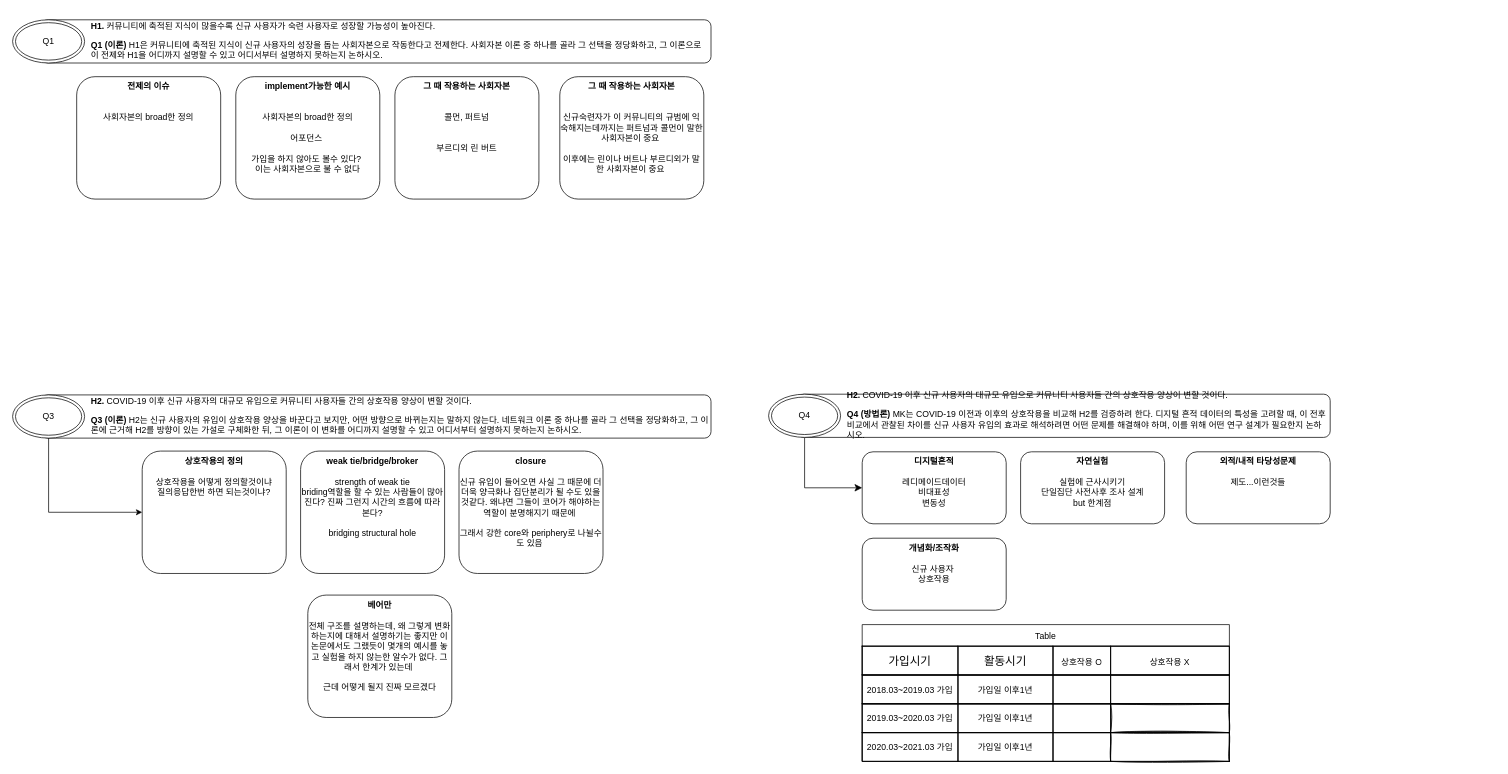
The draw.io diagram Untitled Diagram.drawio in myokyunghan/drawio_for_qual, before the edit. Source tidied: cells renumbered, new cells numbered last; positions are measured from the earlier drawing's top-left corner, leaving out a move shared by most shapes. Both pictures are drawn from the tidied source at 72%, with x=0, y=0 at pixel (12, 19).
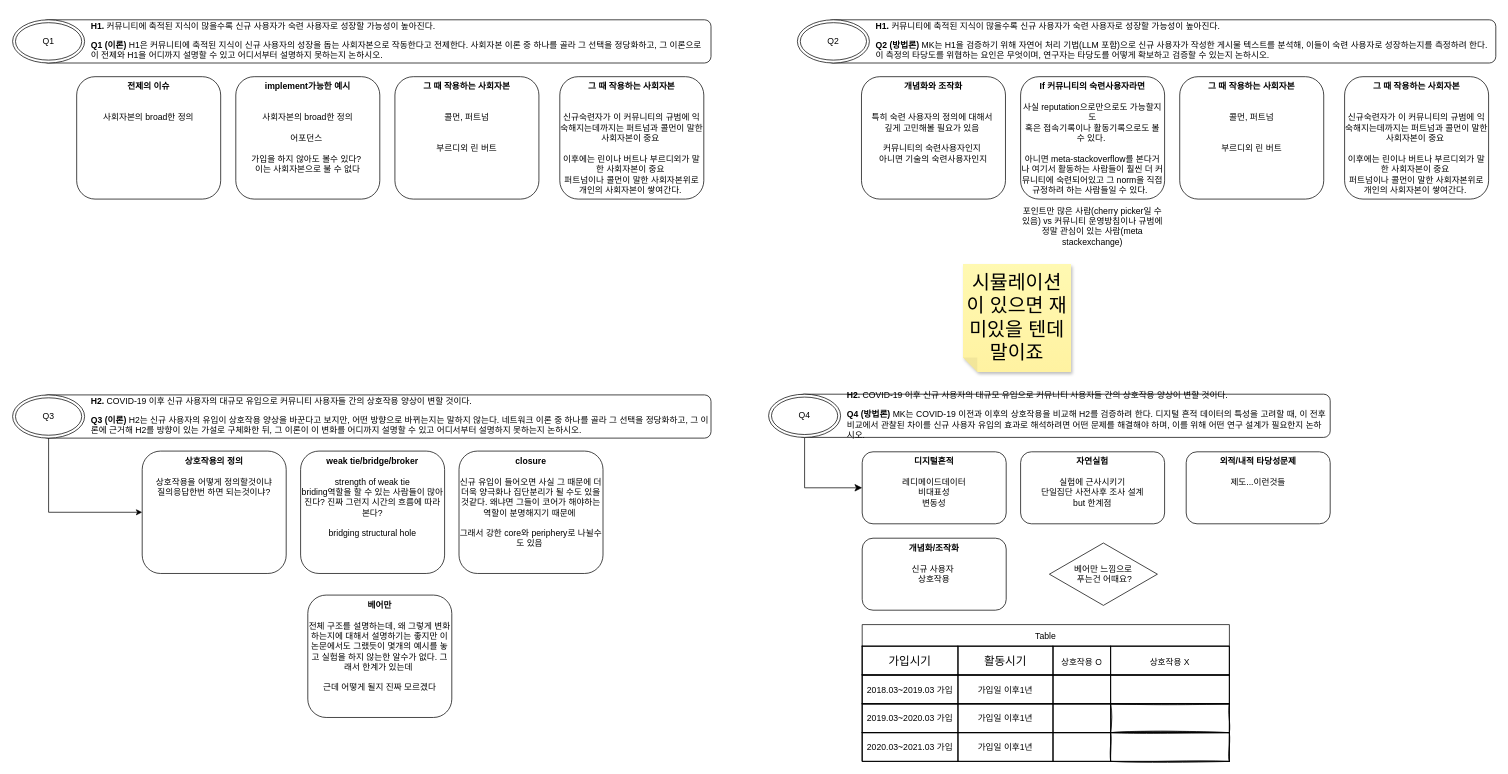
The same diagram, later.

Diff of the diagram source:
```diff
@@
-    <mxCell id="45" value="&lt;b&gt;그 때 작용하는 사회자본&lt;/b&gt;&lt;br&gt;&lt;div&gt;&lt;b&gt;&lt;br&gt;&lt;/b&gt;&lt;/div&gt;&lt;div&gt;&lt;b&gt;&lt;br&gt;&lt;/b&gt;&lt;/div&gt;&lt;div&gt;신규숙련자가 이 커뮤니티의 규범에 익숙해지는데까지는 퍼트넘과 콜먼이 말한 사회자본이 중요&amp;nbsp;&lt;/div&gt;&lt;div&gt;&lt;br&gt;&lt;/div&gt;&lt;div&gt;이후에는 린이나 버트나 부르디외가 말한 사회자본이 중요&amp;nbsp;&lt;/div&gt;" style="rounded=1;whiteSpace=wrap;html=1;roundedPerimeter=1;verticalAlign=top;" parent="1" vertex="1">
+    <mxCell id="45" value="&lt;b&gt;그 때 작용하는 사회자본&lt;/b&gt;&lt;br&gt;&lt;div&gt;&lt;b&gt;&lt;br&gt;&lt;/b&gt;&lt;/div&gt;&lt;div&gt;&lt;b&gt;&lt;br&gt;&lt;/b&gt;&lt;/div&gt;&lt;div&gt;신규숙련자가 이 커뮤니티의 규범에 익숙해지는데까지는 퍼트넘과 콜먼이 말한 사회자본이 중요&amp;nbsp;&lt;/div&gt;&lt;div&gt;&lt;br&gt;&lt;/div&gt;&lt;div&gt;이후에는 린이나 버트나 부르디외가 말한 사회자본이 중요&amp;nbsp;&lt;/div&gt;&lt;div&gt;퍼트넘이나 콜먼이 말한 사회자본위로 개인의 사회자본이 쌓여간다.&amp;nbsp;&lt;/div&gt;" style="rounded=1;whiteSpace=wrap;html=1;roundedPerimeter=1;verticalAlign=top;" parent="1" vertex="1">
       <mxGeometry x="760" y="80" width="200" height="170" as="geometry" />
     </mxCell>
+    <mxCell id="46" value="&lt;div&gt;&lt;br&gt;&lt;/div&gt;" style="rounded=1;whiteSpace=wrap;html=1;roundedPerimeter=1;" parent="1" vertex="1">
+      <mxGeometry x="1130" y="1" width="930" height="60" as="geometry" />
+    </mxCell>
+    <mxCell id="47" value="Q2" style="ellipse;shape=doubleEllipse;whiteSpace=wrap;html=1;" parent="1" vertex="1">
+      <mxGeometry x="1090" y="1" width="100" height="60" as="geometry" />
+    </mxCell>
+    <mxCell id="48" value="&lt;p&gt;&lt;strong&gt;H1.&lt;/strong&gt;&amp;nbsp;&lt;span style=&quot;background-color: transparent; color: light-dark(#000000, var(--ge-light-color, #ffffff));&quot;&gt;커뮤니티에 축적된 지식이 많을수록 신규 사용자가 숙련 사용자로 성장할 가능성이 높아진다.&lt;/span&gt;&lt;/p&gt;&lt;p&gt;&lt;/p&gt;&lt;p&gt;&lt;/p&gt;&lt;p&gt;&lt;/p&gt;&lt;p&gt;&lt;/p&gt;&lt;p&gt;&lt;strong&gt;Q2 (방법론)&lt;/strong&gt; MK는 H1을 검증하기 위해 자연어 처리 기법(LLM 포함)으로 신규 사용자가 작성한 게시물 텍스트를 분석해, 이들이 숙련 사용자로 성장하는지를 측정하려 한다. 이 측정의 타당도를 위협하는 요인은 무엇이며, 연구자는 타당도를 어떻게 확보하고 검증할 수 있는지 논하시오.&lt;/p&gt;" style="text;html=1;whiteSpace=wrap;strokeColor=none;fillColor=none;align=left;verticalAlign=middle;rounded=0;" parent="1" vertex="1">
+      <mxGeometry x="1197" width="863" height="60" as="geometry" />
+    </mxCell>
+    <mxCell id="49" value="&lt;b&gt;개념화와 조작화&lt;/b&gt;&lt;div&gt;&lt;b&gt;&lt;br&gt;&lt;/b&gt;&lt;/div&gt;&lt;div&gt;&lt;b&gt;&lt;br&gt;&lt;/b&gt;&lt;/div&gt;&lt;div&gt;특히 숙련 사용자의 정의에 대해서&amp;nbsp;&lt;/div&gt;&lt;div&gt;깊게 고민해볼 필요가 있음&amp;nbsp;&lt;/div&gt;&lt;div&gt;&lt;br&gt;&lt;/div&gt;&lt;div&gt;커뮤니티의 숙련사용자인지&amp;nbsp;&lt;/div&gt;&lt;div&gt;아니면 기술의 숙련사용자인지&lt;/div&gt;" style="rounded=1;whiteSpace=wrap;html=1;roundedPerimeter=1;verticalAlign=top;" parent="1" vertex="1">
+      <mxGeometry x="1179" y="80" width="200" height="170" as="geometry" />
+    </mxCell>
+    <mxCell id="50" value="&lt;b&gt;If 커뮤니티의 숙련사용자라면&lt;/b&gt;&lt;div&gt;&lt;br&gt;&lt;/div&gt;&lt;div&gt;사실 reputation으로만으로도 가능할지도&lt;/div&gt;&lt;div&gt;혹은 접속기록이나 활동기록으로도 볼 수 있다.&amp;nbsp;&lt;/div&gt;&lt;div&gt;&lt;br&gt;&lt;/div&gt;&lt;div&gt;아니면 meta-stackoverflow를 본다거나 여기서 활동하는 사람들이 훨씬 더 커뮤니티에 숙련되어있고 그 norm을 직접 규정하려 하는 사람들일 수 있다.&amp;nbsp;&amp;nbsp;&lt;/div&gt;&lt;div&gt;&lt;br&gt;&lt;/div&gt;&lt;div&gt;포인트만 많은 사람(cherry picker일 수 있음) vs 커뮤니티 운영방침이나 규범에 정말 관심이 있는 사람(meta stackexchange)&lt;/div&gt;" style="rounded=1;whiteSpace=wrap;html=1;roundedPerimeter=1;verticalAlign=top;" parent="1" vertex="1">
+      <mxGeometry x="1400" y="80" width="200" height="170" as="geometry" />
+    </mxCell>
+    <mxCell id="51" value="&lt;b&gt;그 때 작용하는 사회자본&lt;/b&gt;&lt;br&gt;&lt;div&gt;&lt;b&gt;&lt;br&gt;&lt;/b&gt;&lt;/div&gt;&lt;div&gt;&lt;b&gt;&lt;br&gt;&lt;/b&gt;&lt;/div&gt;&lt;div&gt;콜먼, 퍼트넘&lt;/div&gt;&lt;div&gt;&lt;br&gt;&lt;/div&gt;&lt;div&gt;&lt;br&gt;&lt;/div&gt;&lt;div&gt;부르디외 린 버트&lt;/div&gt;" style="rounded=1;whiteSpace=wrap;html=1;roundedPerimeter=1;verticalAlign=top;" parent="1" vertex="1">
+      <mxGeometry x="1621" y="80" width="200" height="170" as="geometry" />
+    </mxCell>
+    <mxCell id="52" value="&lt;b&gt;그 때 작용하는 사회자본&lt;/b&gt;&lt;br&gt;&lt;div&gt;&lt;b&gt;&lt;br&gt;&lt;/b&gt;&lt;/div&gt;&lt;div&gt;&lt;b&gt;&lt;br&gt;&lt;/b&gt;&lt;/div&gt;&lt;div&gt;신규숙련자가 이 커뮤니티의 규범에 익숙해지는데까지는 퍼트넘과 콜먼이 말한 사회자본이 중요&amp;nbsp;&lt;/div&gt;&lt;div&gt;&lt;br&gt;&lt;/div&gt;&lt;div&gt;이후에는 린이나 버트나 부르디외가 말한 사회자본이 중요&amp;nbsp;&lt;/div&gt;&lt;div&gt;퍼트넘이나 콜먼이 말한 사회자본위로 개인의 사회자본이 쌓여간다.&amp;nbsp;&lt;/div&gt;" style="rounded=1;whiteSpace=wrap;html=1;roundedPerimeter=1;verticalAlign=top;" parent="1" vertex="1">
+      <mxGeometry x="1850" y="80" width="200" height="170" as="geometry" />
+    </mxCell>
+    <mxCell id="53" value="시뮬레이션이 있으면 재미있을 텐데말이죠" style="shape=note;whiteSpace=wrap;html=1;backgroundOutline=1;autosizeText=1;fontColor=#000000;darkOpacity=0.05;fillColor=#FFF9B2;strokeColor=none;fillStyle=solid;fontSize=27;direction=west;gradientDirection=north;gradientColor=#FFF2A1;shadow=1;size=20;" parent="1" vertex="1">
+      <mxGeometry x="1320" y="340" width="150" height="150" as="geometry" />
+    </mxCell>
+    <mxCell id="54" value="베어만 느낌으로&lt;div&gt;&amp;nbsp;푸는건 어때요?&lt;/div&gt;" style="html=1;whiteSpace=wrap;shape=isoRectangle;" parent="1" vertex="1">
+      <mxGeometry x="1440" y="726" width="150" height="90" as="geometry" />
+    </mxCell>
```
